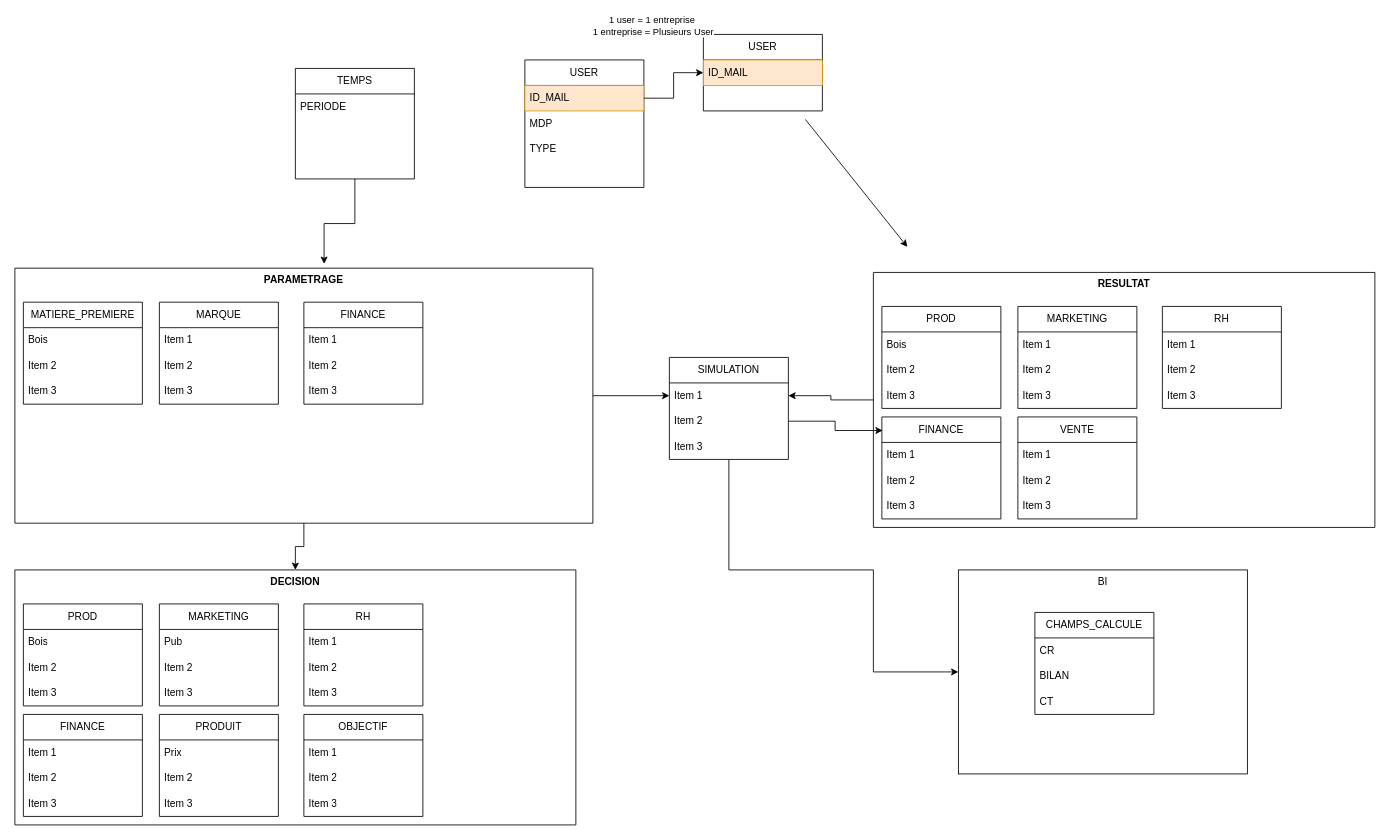
Earlier version of the draw.io diagram MCD Business Game V1.drawio (EmmaPivaut/Projets). Source tidied: cells renumbered, new cells numbered last; positions are measured from the earlier drawing's top-left corner, leaving out a move shared by most shapes. Both pictures are drawn from the tidied source at 85%, with x=0, y=0 at pixel (14, 34).
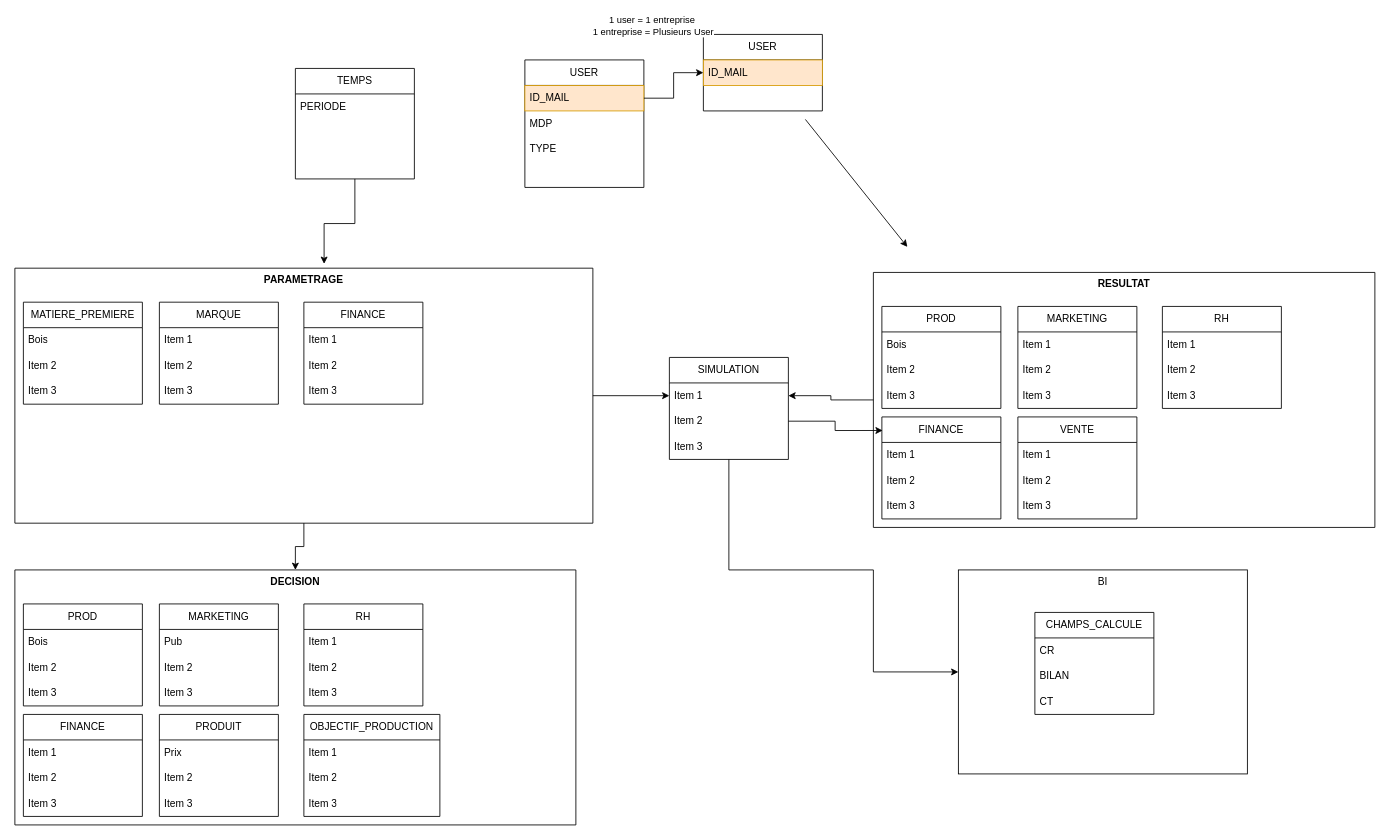
The same page after the edit.

Commit message:
Mettre à jour MCD Business Game V1.drawio

The change refers to these unchanged cells:
```xml
<mxCell id="55" value="DECISION" style="swimlane;startSize=0;verticalAlign=top;" parent="1" vertex="1">
  <mxGeometry y="630" width="660" height="300" as="geometry" />
</mxCell>
```

The edit, as a diff of the source:
```diff
@@
-    <mxCell id="76" value="OBJECTIF" style="swimlane;fontStyle=0;horizontal=1;startSize=30;whiteSpace=wrap;html=1;" parent="55" vertex="1">
-      <mxGeometry x="340" y="170" width="140" height="120" as="geometry" />
+    <mxCell id="76" value="OBJECTIF_PRODUCTION" style="swimlane;fontStyle=0;horizontal=1;startSize=30;whiteSpace=wrap;html=1;" parent="55" vertex="1">
+      <mxGeometry x="340" y="170" width="160" height="120" as="geometry" />
     </mxCell>
     <mxCell id="77" value="Item 1" style="text;strokeColor=none;fillColor=none;align=left;verticalAlign=middle;spacingLeft=4;spacingRight=4;overflow=hidden;whiteSpace=wrap;html=1;" parent="76" vertex="1">
-      <mxGeometry y="30" width="140" height="30" as="geometry" />
+      <mxGeometry y="30" width="160" height="30" as="geometry" />
     </mxCell>
     <mxCell id="78" value="Item 2" style="text;strokeColor=none;fillColor=none;align=left;verticalAlign=middle;spacingLeft=4;spacingRight=4;overflow=hidden;whiteSpace=wrap;html=1;" parent="76" vertex="1">
-      <mxGeometry y="60" width="140" height="30" as="geometry" />
+      <mxGeometry y="60" width="160" height="30" as="geometry" />
     </mxCell>
     <mxCell id="79" value="Item 3" style="text;strokeColor=none;fillColor=none;align=left;verticalAlign=middle;spacingLeft=4;spacingRight=4;overflow=hidden;whiteSpace=wrap;html=1;" parent="76" vertex="1">
-      <mxGeometry y="90" width="140" height="30" as="geometry" />
+      <mxGeometry y="90" width="160" height="30" as="geometry" />
     </mxCell>
```
